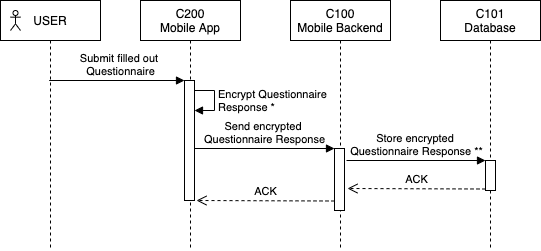
This is docs/architecture/images/UC2_submitQuestionnaire.png from NUMde/compass-numapp, a draw.io export, as it was before one commit. Source tidied: cells renumbered, new cells last; positions are measured from the earlier drawing's top-left corner, leaving out a move shared by most shapes.
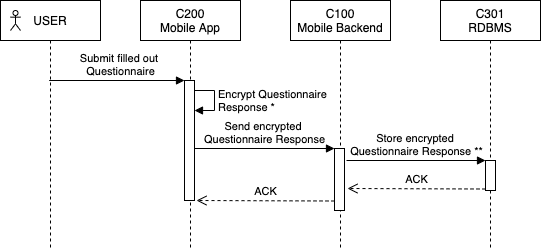
After the commit.

What changed in the source:
```diff
@@ -8,7 +8,7 @@
     <mxCell id="3" value="&lt;span&gt;C100&lt;/span&gt;&lt;br&gt;&lt;span&gt;Mobile Backend&lt;/span&gt;" style="shape=umlLifeline;perimeter=lifelinePerimeter;whiteSpace=wrap;html=1;" parent="1" vertex="1">
       <mxGeometry x="290" width="100" height="250" as="geometry" />
     </mxCell>
-    <mxCell id="4" value="&lt;span&gt;C101&lt;/span&gt;&lt;br&gt;&lt;span&gt;Database&lt;/span&gt;" style="shape=umlLifeline;perimeter=lifelinePerimeter;whiteSpace=wrap;html=1;" parent="1" vertex="1">
+    <mxCell id="4" value="C301&lt;br&gt;RDBMS" style="shape=umlLifeline;perimeter=lifelinePerimeter;whiteSpace=wrap;html=1;" parent="1" vertex="1">
       <mxGeometry x="440" width="100" height="250" as="geometry" />
     </mxCell>
     <mxCell id="5" style="html=1;perimeter=orthogonalPerimeter;" parent="4" vertex="1">
```
